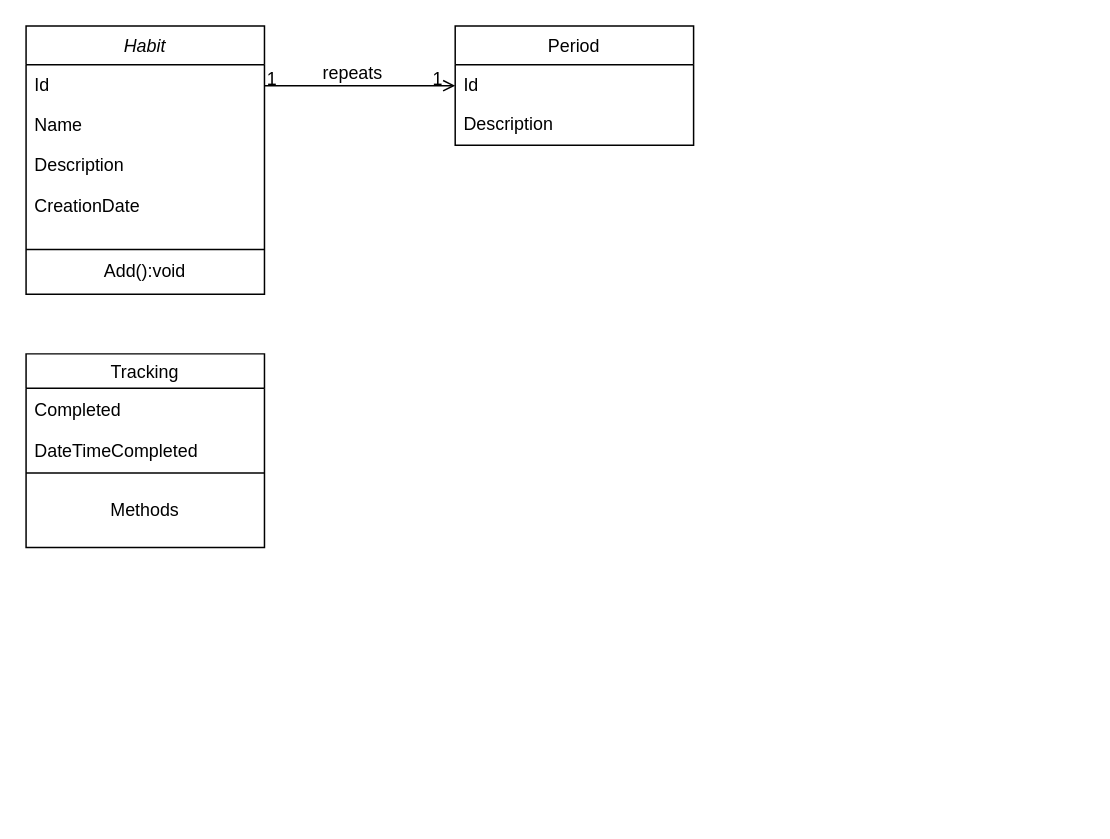
Before: OOFPP_Habits_Phase1/HabitTrackerClassdiagram.drawio in gerharddev/oof_habits_project, a draw.io diagram. Source tidied: cells renumbered, new cells numbered last; positions are measured from the earlier drawing's top-left corner, leaving out a move shared by most shapes. Both pictures are drawn from the tidied source at 149%, with x=0, y=0 at pixel (25, 25).
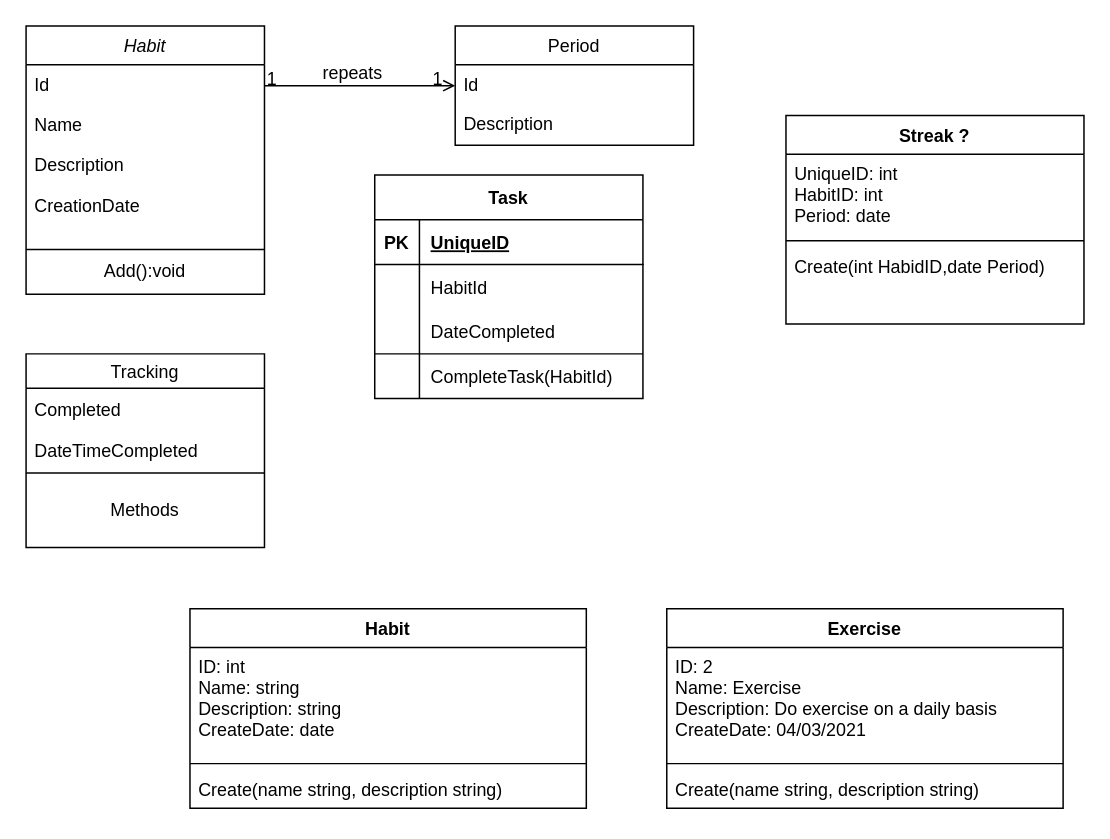
The same diagram, later.

Commit message (it also covers changes not shown here):
Adding object and class diagram

The edit, as a diff of the source:
```diff
@@
+    <mxCell id="21" value="Task" style="shape=table;startSize=30;childLayout=tableLayout;rowLines=0;fontStyle=1;align=center;resizeLastRow=0;" parent="1" vertex="1">
+      <mxGeometry x="234" y="100" width="180" height="150" as="geometry" />
+    </mxCell>
+    <mxCell id="22" style="shape=tableRow;horizontal=0;startSize=0;swimlaneHead=0;swimlaneBody=0;fillColor=none;top=0;left=0;right=0;bottom=1;" parent="21" vertex="1">
+      <mxGeometry y="30" width="180" height="30" as="geometry" />
+    </mxCell>
+    <mxCell id="23" value="PK" style="shape=partialRectangle;fillColor=none;top=0;left=0;bottom=0;right=0;fontStyle=1;overflow=hidden;" parent="22" vertex="1">
+      <mxGeometry width="30" height="30" as="geometry" />
+    </mxCell>
+    <mxCell id="24" value="UniqueID" style="shape=partialRectangle;fillColor=none;top=0;left=0;bottom=0;right=0;align=left;spacingLeft=6;fontStyle=5;overflow=hidden;" parent="22" vertex="1">
+      <mxGeometry x="30" width="150" height="30" as="geometry" />
+    </mxCell>
+    <mxCell id="25" style="shape=tableRow;horizontal=0;startSize=0;swimlaneHead=0;swimlaneBody=0;fillColor=none;top=0;left=0;right=0;bottom=0;" parent="21" vertex="1">
+      <mxGeometry y="60" width="180" height="30" as="geometry" />
+    </mxCell>
+    <mxCell id="26" style="shape=partialRectangle;fillColor=none;top=0;left=0;bottom=0;right=0;overflow=hidden;" parent="25" vertex="1">
+      <mxGeometry width="30" height="30" as="geometry" />
+    </mxCell>
+    <mxCell id="27" value="HabitId" style="shape=partialRectangle;fillColor=none;top=0;left=0;bottom=0;right=0;align=left;spacingLeft=6;overflow=hidden;" parent="25" vertex="1">
+      <mxGeometry x="30" width="150" height="30" as="geometry" />
+    </mxCell>
+    <mxCell id="28" style="shape=tableRow;horizontal=0;startSize=0;swimlaneHead=0;swimlaneBody=0;fillColor=none;top=0;left=0;right=0;bottom=0;" parent="21" vertex="1">
+      <mxGeometry y="90" width="180" height="30" as="geometry" />
+    </mxCell>
+    <mxCell id="29" style="shape=partialRectangle;fillColor=none;top=0;left=0;bottom=0;right=0;overflow=hidden;" parent="28" vertex="1">
+      <mxGeometry width="30" height="30" as="geometry" />
+    </mxCell>
+    <mxCell id="30" value="DateCompleted" style="shape=partialRectangle;fillColor=none;top=0;left=0;bottom=0;right=0;align=left;spacingLeft=6;overflow=hidden;" parent="28" vertex="1">
+      <mxGeometry x="30" width="150" height="30" as="geometry" />
+    </mxCell>
+    <mxCell id="31" style="shape=tableRow;horizontal=0;startSize=0;swimlaneHead=0;swimlaneBody=0;fillColor=none;top=0;left=0;right=0;bottom=0;" parent="21" vertex="1">
+      <mxGeometry y="120" width="180" height="30" as="geometry" />
+    </mxCell>
+    <mxCell id="32" style="shape=partialRectangle;fillColor=none;top=0;left=0;bottom=0;right=0;overflow=hidden;" parent="31" vertex="1">
+      <mxGeometry width="30" height="30" as="geometry" />
+    </mxCell>
+    <mxCell id="33" style="shape=partialRectangle;fillColor=none;top=0;left=0;bottom=0;right=0;align=left;spacingLeft=6;overflow=hidden;" parent="31" vertex="1">
+      <mxGeometry x="30" width="150" height="30" as="geometry" />
+    </mxCell>
+    <mxCell id="34" style="endArrow=none;html=1;rounded=0;" parent="21" edge="1">
+      <mxGeometry relative="1" as="geometry">
+        <mxPoint x="180" y="120" as="sourcePoint" />
+        <mxPoint y="120" as="targetPoint" />
+      </mxGeometry>
+    </mxCell>
+    <mxCell id="35" style="shape=tableRow;horizontal=0;startSize=0;swimlaneHead=0;swimlaneBody=0;fillColor=none;top=0;left=0;right=0;bottom=0;" parent="1" vertex="1">
+      <mxGeometry x="330" y="320" width="180" height="30" as="geometry" />
+    </mxCell>
+    <mxCell id="36" style="shape=partialRectangle;fillColor=none;top=0;left=0;bottom=0;right=0;overflow=hidden;" parent="35" vertex="1">
+      <mxGeometry width="30" height="30" as="geometry" />
+    </mxCell>
+    <mxCell id="37" value="CompleteTask(HabitId)" style="shape=partialRectangle;fillColor=none;top=0;left=0;bottom=0;right=0;align=left;spacingLeft=6;overflow=hidden;" parent="1" vertex="1">
+      <mxGeometry x="264" y="220" width="150" height="30" as="geometry" />
+    </mxCell>
+    <mxCell id="38" value="Streak ?" style="swimlane;fontStyle=1;align=center;verticalAlign=top;horizontal=1;startSize=26;" parent="1" vertex="1">
+      <mxGeometry x="510" y="60" width="200" height="140" as="geometry" />
+    </mxCell>
+    <mxCell id="39" value="UniqueID: int&#10;HabitID: int&#10;Period: date" style="text;strokeColor=none;fillColor=none;align=left;verticalAlign=top;spacingLeft=4;spacingRight=4;overflow=hidden;" parent="38" vertex="1">
+      <mxGeometry y="26" width="200" height="54" as="geometry" />
+    </mxCell>
+    <mxCell id="40" style="line;strokeWidth=1;fillColor=none;align=left;verticalAlign=middle;spacingTop=-1;spacingLeft=3;spacingRight=3;labelPosition=right;" parent="38" vertex="1">
+      <mxGeometry y="80" width="200" height="8" as="geometry" />
+    </mxCell>
+    <mxCell id="41" value="Create(int HabidID,date Period)" style="text;strokeColor=none;fillColor=none;align=left;verticalAlign=top;spacingLeft=4;spacingRight=4;overflow=hidden;" parent="38" vertex="1">
+      <mxGeometry y="88" width="200" height="52" as="geometry" />
+    </mxCell>
+    <mxCell id="42" value="Habit" style="swimlane;fontStyle=1;align=center;verticalAlign=top;horizontal=1;startSize=26;" parent="1" vertex="1">
+      <mxGeometry x="110" y="391" width="266" height="134" as="geometry" />
+    </mxCell>
+    <mxCell id="43" value="ID: int&#10;Name: string&#10;Description: string&#10;CreateDate: date" style="text;strokeColor=none;fillColor=none;align=left;verticalAlign=top;spacingLeft=4;spacingRight=4;overflow=hidden;" parent="42" vertex="1">
+      <mxGeometry y="26" width="266" height="74" as="geometry" />
+    </mxCell>
+    <mxCell id="44" style="line;strokeWidth=1;fillColor=none;align=left;verticalAlign=middle;spacingTop=-1;spacingLeft=3;spacingRight=3;labelPosition=right;" parent="42" vertex="1">
+      <mxGeometry y="100" width="266" height="8" as="geometry" />
+    </mxCell>
+    <mxCell id="45" value="Create(name string, description string)" style="text;strokeColor=none;fillColor=none;align=left;verticalAlign=top;spacingLeft=4;spacingRight=4;overflow=hidden;" parent="42" vertex="1">
+      <mxGeometry y="108" width="266" height="26" as="geometry" />
+    </mxCell>
+    <mxCell id="46" style="shape=tableRow;horizontal=0;startSize=0;swimlaneHead=0;swimlaneBody=0;fillColor=none;top=0;left=0;right=0;bottom=0;" parent="1" vertex="1">
+      <mxGeometry x="340" y="330" width="180" height="30" as="geometry" />
+    </mxCell>
+    <mxCell id="47" style="shape=partialRectangle;fillColor=none;top=0;left=0;bottom=0;right=0;overflow=hidden;" parent="46" vertex="1">
+      <mxGeometry width="30" height="30" as="geometry" />
+    </mxCell>
+    <mxCell id="48" value="Exercise" style="swimlane;fontStyle=1;align=center;verticalAlign=top;horizontal=1;startSize=26;" parent="1" vertex="1">
+      <mxGeometry x="430" y="391" width="266" height="134" as="geometry" />
+    </mxCell>
+    <mxCell id="49" value="ID: 2&#10;Name: Exercise&#10;Description: Do exercise on a daily basis&#10;CreateDate: 04/03/2021" style="text;strokeColor=none;fillColor=none;align=left;verticalAlign=top;spacingLeft=4;spacingRight=4;overflow=hidden;" parent="48" vertex="1">
+      <mxGeometry y="26" width="266" height="74" as="geometry" />
+    </mxCell>
+    <mxCell id="50" style="line;strokeWidth=1;fillColor=none;align=left;verticalAlign=middle;spacingTop=-1;spacingLeft=3;spacingRight=3;labelPosition=right;" parent="48" vertex="1">
+      <mxGeometry y="100" width="266" height="8" as="geometry" />
+    </mxCell>
+    <mxCell id="51" value="Create(name string, description string)" style="text;strokeColor=none;fillColor=none;align=left;verticalAlign=top;spacingLeft=4;spacingRight=4;overflow=hidden;" parent="48" vertex="1">
+      <mxGeometry y="108" width="266" height="26" as="geometry" />
+    </mxCell>
```
